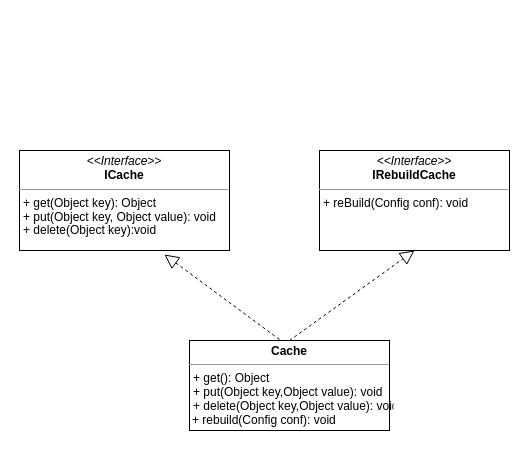
Above: cache优化类图.drawio in liumin1939/ArchTraining (draw.io), before the change. Source tidied: cells renumbered, new cells numbered last; positions are measured from the earlier drawing's top-left corner, leaving out a move shared by most shapes. Both pictures are drawn from the tidied source at 100%, with x=0, y=0 at pixel (17, 150).
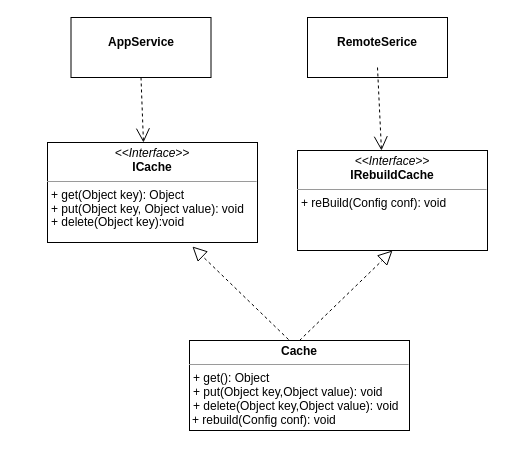
Above is the later version.

The edit, as a diff of the source:
```diff
@@
 <mxGraphModel>
   <root>
     <mxCell id="0" />
     <mxCell id="1" parent="0" />
     <mxCell id="2" value="&lt;p style=&quot;margin: 0px ; margin-top: 4px ; text-align: center&quot;&gt;&lt;i&gt;&amp;lt;&amp;lt;Interface&amp;gt;&amp;gt;&lt;/i&gt;&lt;br&gt;&lt;b&gt;ICache&lt;/b&gt;&lt;/p&gt;&lt;hr size=&quot;1&quot;&gt;&lt;p style=&quot;margin: 0px ; margin-left: 4px&quot;&gt;+ get(Object key): Object&lt;br&gt;+ put(Object key, Object value): void&lt;/p&gt;" style="verticalAlign=top;align=left;overflow=fill;fontSize=12;fontFamily=Helvetica;html=1;" parent="1" vertex="1">
-      <mxGeometry x="2" width="210" height="100" as="geometry" />
+      <mxGeometry x="30" y="-8" width="210" height="100" as="geometry" />
     </mxCell>
     <mxCell id="3" value="+ delete(Object key):void" style="text;strokeColor=none;fillColor=none;align=left;verticalAlign=top;spacingLeft=4;spacingRight=4;overflow=hidden;" parent="1" vertex="1">
-      <mxGeometry y="66" width="191" height="26" as="geometry" />
+      <mxGeometry x="28" y="58" width="191" height="26" as="geometry" />
     </mxCell>
     <mxCell id="4" value="&lt;p style=&quot;margin: 0px ; margin-top: 4px ; text-align: center&quot;&gt;&lt;i&gt;&amp;lt;&amp;lt;Interface&amp;gt;&amp;gt;&lt;/i&gt;&lt;br&gt;&lt;b&gt;IRebuildCache&lt;/b&gt;&lt;/p&gt;&lt;hr size=&quot;1&quot;&gt;&lt;p style=&quot;margin: 0px ; margin-left: 4px&quot;&gt;&lt;span&gt;+ reBuild(Config conf): void&lt;/span&gt;&lt;/p&gt;" style="verticalAlign=top;align=left;overflow=fill;fontSize=12;fontFamily=Helvetica;html=1;" parent="1" vertex="1">
-      <mxGeometry x="302" width="190" height="100" as="geometry" />
+      <mxGeometry x="280" width="190" height="100" as="geometry" />
     </mxCell>
     <mxCell id="5" value="&lt;p style=&quot;margin: 0px ; margin-top: 4px ; text-align: center&quot;&gt;&lt;b&gt;Cache&lt;/b&gt;&lt;/p&gt;&lt;hr size=&quot;1&quot;&gt;&lt;p style=&quot;margin: 0px ; margin-left: 4px&quot;&gt;+ get(): Object&lt;/p&gt;" style="verticalAlign=top;align=left;overflow=fill;fontSize=12;fontFamily=Helvetica;html=1;" parent="1" vertex="1">
-      <mxGeometry x="172" y="190" width="200" height="90" as="geometry" />
+      <mxGeometry x="172" y="190" width="220" height="90" as="geometry" />
     </mxCell>
     <mxCell id="6" style="endArrow=block;dashed=1;endFill=0;endSize=12;html=1;entryX=0.69;entryY=1.04;entryDx=0;entryDy=0;entryPerimeter=0;exitX=0.45;exitY=-0.011;exitDx=0;exitDy=0;exitPerimeter=0;" parent="1" edge="1" source="5" target="2">
       <mxGeometry relative="1" as="geometry" />
     </mxCell>
     <mxCell id="7" style="endArrow=block;dashed=1;endFill=0;endSize=12;html=1;entryX=0.5;entryY=1;entryDx=0;entryDy=0;exitX=0.5;exitY=0;exitDx=0;exitDy=0;" parent="1" edge="1" source="5" target="4">
       <mxGeometry relative="1" as="geometry" />
     </mxCell>
     <mxCell id="8" value="+ put(Object key,Object value): void" style="text;strokeColor=none;fillColor=none;align=left;verticalAlign=top;spacingLeft=4;spacingRight=4;overflow=hidden;" parent="1" vertex="1">
       <mxGeometry x="170" y="228" width="210" height="26" as="geometry" />
     </mxCell>
     <mxCell id="9" value="+ delete(Object key,Object value): void" style="text;strokeColor=none;fillColor=none;align=left;verticalAlign=top;spacingLeft=4;spacingRight=4;overflow=hidden;" parent="1" vertex="1">
-      <mxGeometry x="170" y="242" width="210" height="26" as="geometry" />
+      <mxGeometry x="170" y="242" width="222" height="26" as="geometry" />
     </mxCell>
     <mxCell id="10" value="+ rebuild(Config conf): void" style="text;strokeColor=none;fillColor=none;align=left;verticalAlign=top;spacingLeft=4;spacingRight=4;overflow=hidden;" parent="1" vertex="1">
       <mxGeometry x="169" y="256" width="210" height="26" as="geometry" />
     </mxCell>
+    <mxCell id="11" value="&lt;p style=&quot;margin: 0px ; margin-top: 4px ; text-align: center&quot;&gt;&lt;br&gt;&lt;b&gt;AppService&lt;/b&gt;&lt;/p&gt;" style="verticalAlign=top;align=left;overflow=fill;fontSize=12;fontFamily=Helvetica;html=1;" parent="1" vertex="1">
+      <mxGeometry x="53.5" y="-133" width="140" height="60" as="geometry" />
+    </mxCell>
+    <mxCell id="12" value="&lt;p style=&quot;margin: 0px ; margin-top: 4px ; text-align: center&quot;&gt;&lt;br&gt;&lt;b&gt;RemoteSerice&lt;/b&gt;&lt;/p&gt;" style="verticalAlign=top;align=left;overflow=fill;fontSize=12;fontFamily=Helvetica;html=1;" parent="1" vertex="1">
+      <mxGeometry x="290" y="-133" width="140" height="60" as="geometry" />
+    </mxCell>
+    <mxCell id="13" style="endArrow=open;endSize=12;dashed=1;html=1;entryX=0.457;entryY=0;entryDx=0;entryDy=0;exitX=0.5;exitY=1;exitDx=0;exitDy=0;entryPerimeter=0;" parent="1" edge="1" source="11" target="2">
+      <mxGeometry relative="1" as="geometry" />
+    </mxCell>
+    <mxCell id="14" style="endArrow=open;endSize=12;dashed=1;html=1;entryX=0.442;entryY=0;entryDx=0;entryDy=0;entryPerimeter=0;" parent="1" edge="1" target="4">
+      <mxGeometry relative="1" as="geometry">
+        <mxPoint x="360" y="-83" as="sourcePoint" />
+      </mxGeometry>
+    </mxCell>
   </root>
 </mxGraphModel>
```
